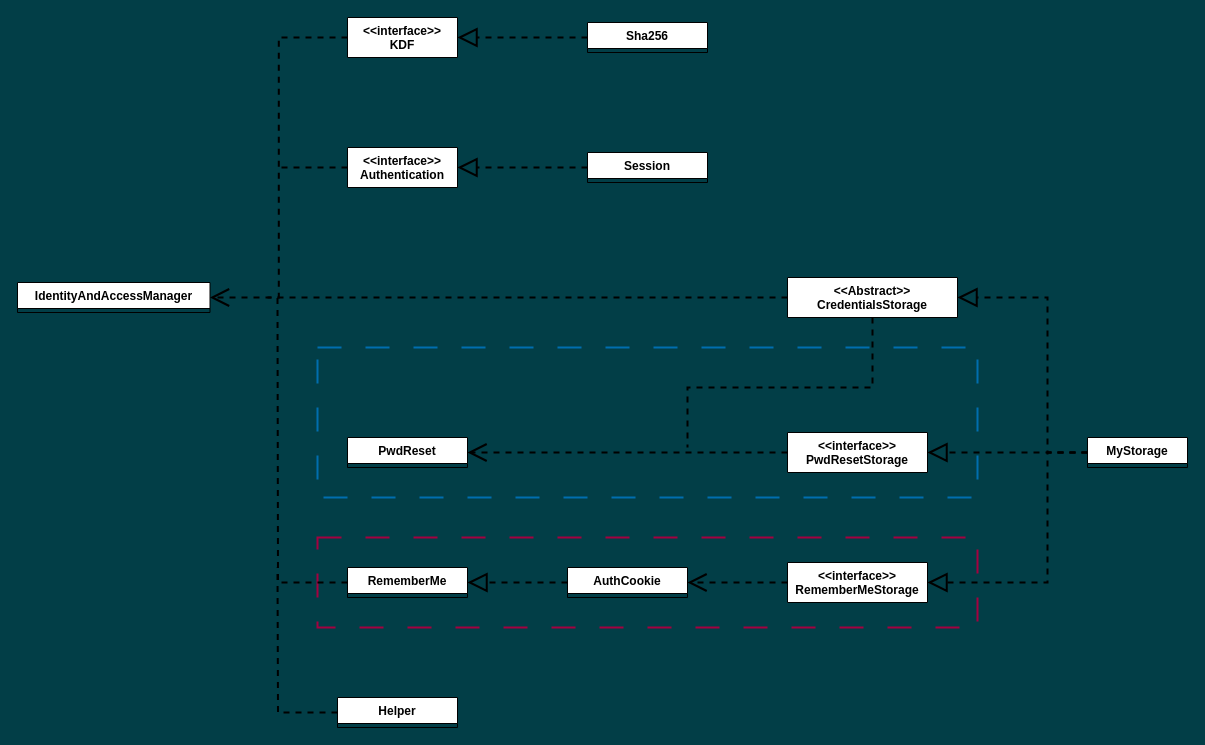
Before: static/ClassDiagram.drawio in Netz00/PHP_IAM-library, a draw.io diagram. Source tidied: cells renumbered, new cells numbered last; positions are measured from the earlier drawing's top-left corner, leaving out a move shared by most shapes. Both pictures are drawn from the tidied source at 100%, with x=0, y=0 at pixel (17, 17).
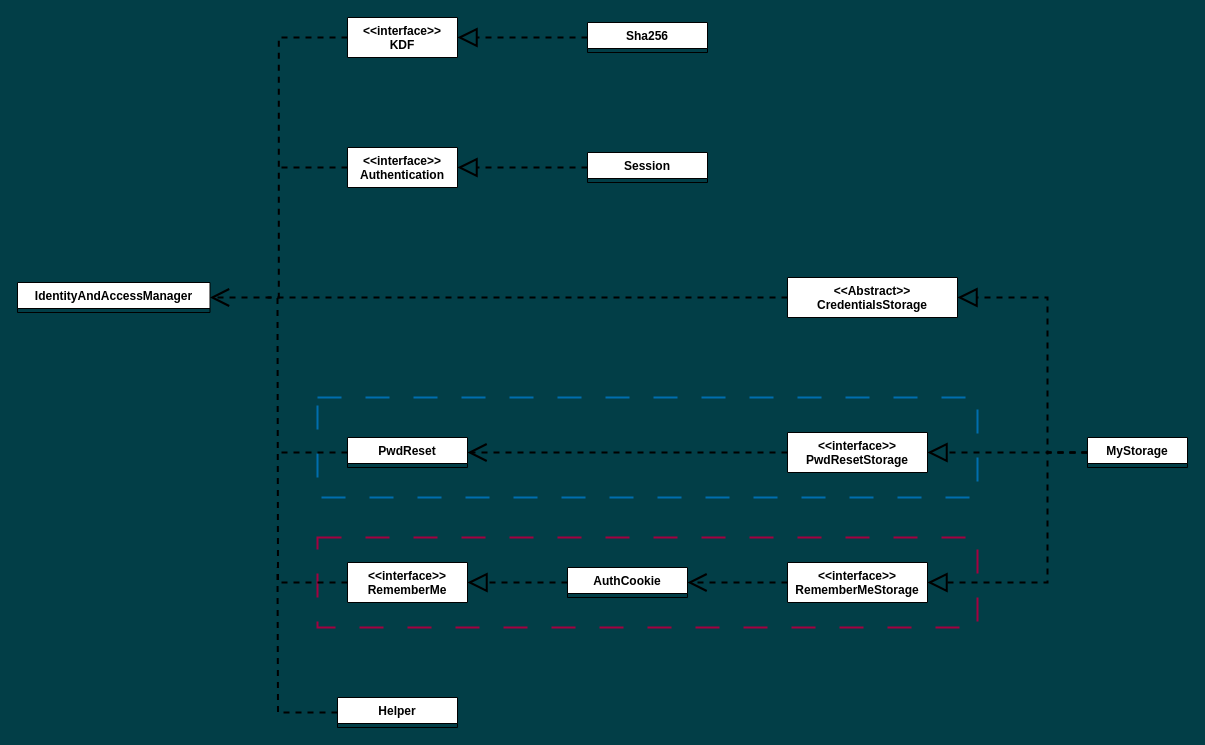
Above is the later version.

The change refers to these unchanged cells:
```xml
<mxCell id="9" value="PwdReset" style="swimlane;fontStyle=1;align=center;verticalAlign=top;horizontal=1;startSize=26;whiteSpace=wrap;html=1;rounded=0;" parent="1" vertex="1" collapsed="1">
  <mxGeometry x="330" y="420" width="120" height="30" as="geometry" />
</mxCell>
<mxCell id="30" value="&lt;div&gt;&amp;lt;&amp;lt;Abstract&amp;gt;&amp;gt;&lt;/div&gt;&lt;div&gt;CredentialsStorage&lt;/div&gt;" style="swimlane;fontStyle=1;align=center;verticalAlign=top;horizontal=1;startSize=40;whiteSpace=wrap;html=1;rounded=0;" parent="1" vertex="1" collapsed="1">
  <mxGeometry x="770" y="260" width="170" height="40" as="geometry" />
</mxCell>
```

Change to the diagram source:
```diff
@@
     <mxCell id="2" style="rounded=0;whiteSpace=wrap;html=1;fontFamily=Helvetica;fontSize=11;fontColor=#ffffff;fillColor=none;dashed=1;dashPattern=12 12;strokeColor=#006EAF;strokeWidth=2;" parent="1" vertex="1">
-      <mxGeometry x="300" y="330" width="660" height="150" as="geometry" />
+      <mxGeometry x="300" y="380" width="660" height="100" as="geometry" />
     </mxCell>
@@
+    <mxCell id="31" style="edgeStyle=orthogonalEdgeStyle;shape=connector;rounded=0;html=1;dashed=1;labelBackgroundColor=default;strokeColor=default;strokeWidth=2;fontFamily=Helvetica;fontSize=11;fontColor=default;endArrow=none;endFill=0;endSize=15;" parent="1" edge="1" source="9">
+      <mxGeometry relative="1" as="geometry">
+        <mxPoint x="260" y="435" as="targetPoint" />
+      </mxGeometry>
+    </mxCell>
@@
-    <mxCell id="11" value="RememberMe" style="swimlane;fontStyle=1;align=center;verticalAlign=top;horizontal=1;startSize=26;whiteSpace=wrap;html=1;rounded=0;" parent="1" vertex="1" collapsed="1">
-      <mxGeometry x="330" y="550" width="120" height="30" as="geometry" />
+    <mxCell id="11" value="&lt;div&gt;&amp;lt;&amp;lt;interface&amp;gt;&amp;gt;&lt;/div&gt;RememberMe" style="swimlane;fontStyle=1;align=center;verticalAlign=top;horizontal=1;startSize=40;whiteSpace=wrap;html=1;rounded=0;" parent="1" vertex="1" collapsed="1">
+      <mxGeometry x="330" y="545" width="120" height="40" as="geometry" />
     </mxCell>
@@
-    <mxCell id="29" style="edgeStyle=orthogonalEdgeStyle;shape=connector;rounded=0;html=1;dashed=1;labelBackgroundColor=default;strokeColor=default;strokeWidth=2;fontFamily=Helvetica;fontSize=11;fontColor=default;endArrow=none;endFill=0;endSize=15;" parent="1" edge="1" source="30">
-      <mxGeometry relative="1" as="geometry">
-        <mxPoint x="670" y="430" as="targetPoint" />
-        <Array as="points">
-          <mxPoint x="855" y="370" />
-          <mxPoint x="670" y="370" />
-        </Array>
-      </mxGeometry>
-    </mxCell>
```
